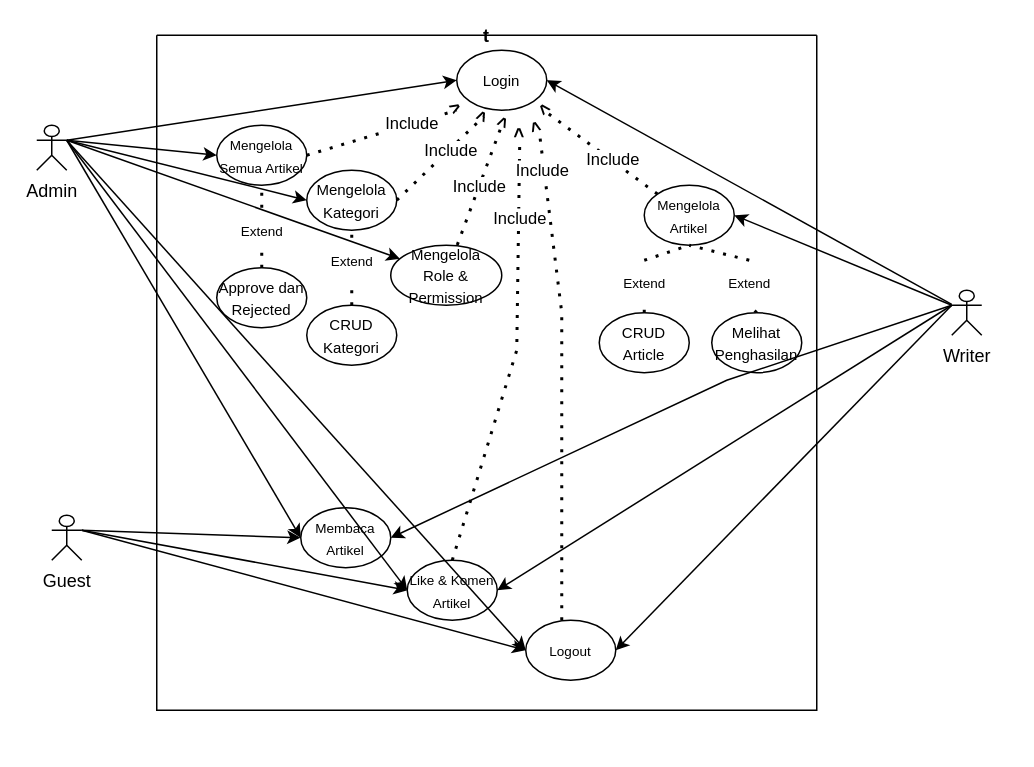
The draw.io diagram use case.drawio in EnjoyUrLife69/ARTICLE, before the edit. Source tidied: cells renumbered, new cells numbered last; positions are measured from the earlier drawing's top-left corner, leaving out a move shared by most shapes. Both pictures are drawn from the tidied source at 150%, with x=0, y=0 at pixel (36, 34).
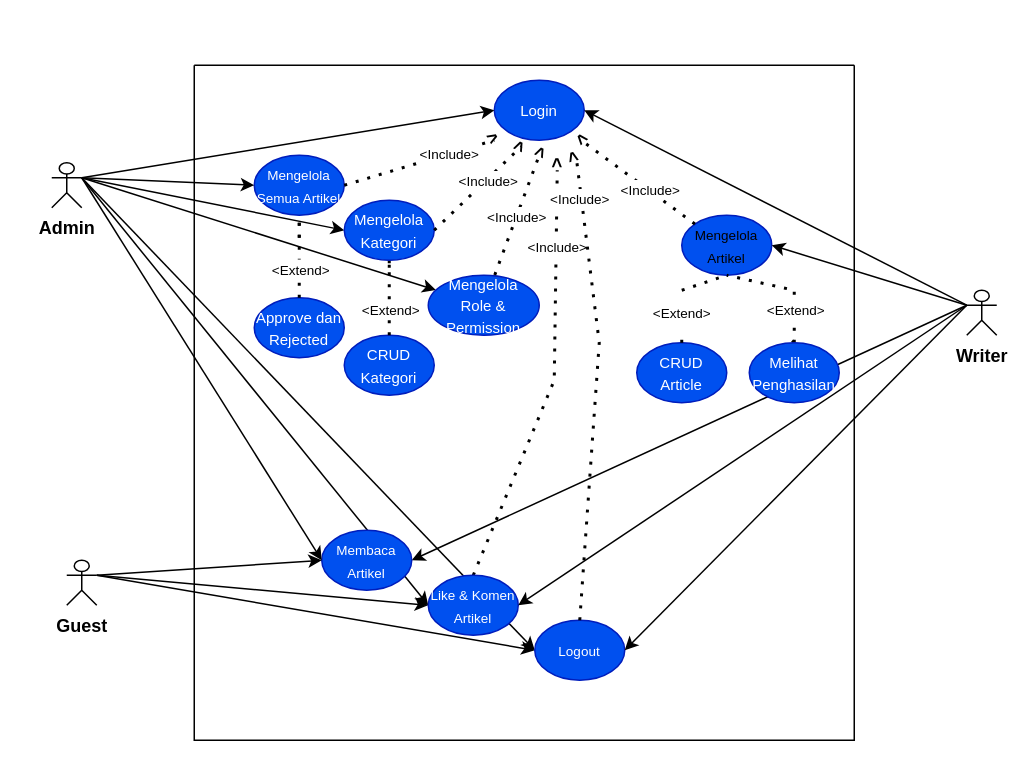
After the change.

Unchanged cells that the change refers to:
```xml
<mxCell id="24" style="endArrow=none;dashed=1;html=1;dashPattern=1 3;strokeWidth=2;rounded=0;exitX=1;exitY=0.5;exitDx=0;exitDy=0;" parent="5" edge="1" source="7">
  <mxGeometry relative="1" as="geometry">
    <mxPoint x="200" y="50" as="targetPoint" />
  </mxGeometry>
</mxCell>
<mxCell id="29" style="endArrow=none;dashed=1;html=1;dashPattern=1 3;strokeWidth=2;rounded=0;exitX=1;exitY=0.5;exitDx=0;exitDy=0;entryX=0.3;entryY=0.96;entryDx=0;entryDy=0;entryPerimeter=0;" parent="5" edge="1" source="26">
  <mxGeometry relative="1" as="geometry">
    <mxPoint x="218" y="54.2" as="targetPoint" />
  </mxGeometry>
</mxCell>
<mxCell id="31" style="endArrow=none;dashed=1;html=1;dashPattern=1 3;strokeWidth=2;rounded=0;entryX=0.5;entryY=1;entryDx=0;entryDy=0;exitX=0.599;exitY=-0.005;exitDx=0;exitDy=0;exitPerimeter=0;" parent="5" edge="1" source="6">
  <mxGeometry relative="1" as="geometry">
    <mxPoint x="230" y="60" as="targetPoint" />
  </mxGeometry>
</mxCell>
<mxCell id="33" style="endArrow=none;dashed=1;html=1;dashPattern=1 3;strokeWidth=2;rounded=0;exitX=0;exitY=0;exitDx=0;exitDy=0;entryX=0.743;entryY=0.98;entryDx=0;entryDy=0;entryPerimeter=0;" parent="5" edge="1" source="10">
  <mxGeometry relative="1" as="geometry">
    <mxPoint x="258" y="50" as="targetPoint" />
  </mxGeometry>
</mxCell>
<mxCell id="39" style="endArrow=none;dashed=1;html=1;dashPattern=1 3;strokeWidth=2;rounded=0;exitX=0.5;exitY=0;exitDx=0;exitDy=0;" parent="5" edge="1" source="46">
  <mxGeometry relative="1" as="geometry">
    <mxPoint x="242" y="70" as="targetPoint" />
    <Array as="points">
      <mxPoint x="240" y="210" />
    </Array>
  </mxGeometry>
</mxCell>
```

The edit, as a diff of the source:
```diff
@@
+    <mxCell id="3" style="endArrow=classic;html=1;rounded=0;entryX=0;entryY=0.5;entryDx=0;entryDy=0;exitX=1;exitY=0.3333333333333333;exitDx=0;exitDy=0;exitPerimeter=0;" parent="1" edge="1" source="4" target="26">
+      <mxGeometry relative="1" as="geometry" />
+    </mxCell>
+    <mxCell id="53" style="endArrow=classic;html=1;rounded=0;exitX=0;exitY=0.3333333333333333;exitDx=0;exitDy=0;exitPerimeter=0;entryX=1;entryY=0.5;entryDx=0;entryDy=0;" parent="1" edge="1" source="50" target="47">
+      <mxGeometry relative="1" as="geometry" />
+    </mxCell>
+    <mxCell id="57" style="endArrow=classic;html=1;rounded=0;entryX=0;entryY=0.5;entryDx=0;entryDy=0;exitX=1;exitY=0.3333333333333333;exitDx=0;exitDy=0;exitPerimeter=0;" parent="1" edge="1" source="54" target="46">
+      <mxGeometry relative="1" as="geometry" />
+    </mxCell>
+    <mxCell id="61" style="endArrow=classic;html=1;rounded=0;exitX=1;exitY=0.3333333333333333;exitDx=0;exitDy=0;exitPerimeter=0;entryX=0;entryY=0.5;entryDx=0;entryDy=0;" parent="1" edge="1" source="54" target="19">
+      <mxGeometry relative="1" as="geometry" />
+    </mxCell>
+    <mxCell id="62" style="endArrow=classic;html=1;rounded=0;exitX=1;exitY=0.3333333333333333;exitDx=0;exitDy=0;exitPerimeter=0;entryX=0;entryY=0.5;entryDx=0;entryDy=0;" parent="1" edge="1" source="4" target="19">
+      <mxGeometry relative="1" as="geometry" />
+    </mxCell>
+    <mxCell id="58" style="endArrow=classic;html=1;rounded=0;exitX=1;exitY=0.3333333333333333;exitDx=0;exitDy=0;exitPerimeter=0;entryX=0;entryY=0.5;entryDx=0;entryDy=0;" parent="1" edge="1" source="4" target="46">
+      <mxGeometry relative="1" as="geometry" />
+    </mxCell>
@@
-    <mxCell id="3" style="endArrow=classic;html=1;rounded=0;entryX=0;entryY=0.5;entryDx=0;entryDy=0;exitX=1;exitY=0.3333333333333333;exitDx=0;exitDy=0;exitPerimeter=0;" parent="1" edge="1" source="4" target="26">
-      <mxGeometry relative="1" as="geometry" />
-    </mxCell>
-    <mxCell id="4" value="Admin" style="shape=umlActor;verticalLabelPosition=bottom;verticalAlign=top;html=1;outlineConnect=0;" parent="1" vertex="1">
-      <mxGeometry y="60" width="20" height="30" as="geometry" />
+    <mxCell id="4" value="Admin" style="shape=umlActor;verticalLabelPosition=bottom;verticalAlign=top;html=1;outlineConnect=0;fontStyle=1;" parent="1" vertex="1">
+      <mxGeometry x="10" y="85" width="20" height="30" as="geometry" />
     </mxCell>
-    <mxCell id="5" value="t" style="swimlane;startSize=0;" parent="1" vertex="1">
-      <mxGeometry x="80" width="440" height="450" as="geometry" />
+    <mxCell id="5" style="swimlane;startSize=0;fontStyle=1;" parent="1" vertex="1">
+      <mxGeometry x="105" y="20" width="440" height="450" as="geometry" />
     </mxCell>
-    <mxCell id="6" value="&lt;font size=&quot;1&quot;&gt;Mengelola&lt;/font&gt;&lt;div&gt;&lt;font size=&quot;1&quot;&gt;Role &amp;amp; Permission&lt;/font&gt;&lt;/div&gt;" style="ellipse;whiteSpace=wrap;html=1;" parent="5" vertex="1">
+    <mxCell id="6" value="&lt;font size=&quot;1&quot;&gt;Mengelola&lt;/font&gt;&lt;div&gt;&lt;font size=&quot;1&quot;&gt;Role &amp;amp; Permission&lt;/font&gt;&lt;/div&gt;" style="ellipse;whiteSpace=wrap;html=1;fillColor=#0050ef;fontColor=#ffffff;strokeColor=#001DBC;" parent="5" vertex="1">
       <mxGeometry x="156" y="140" width="74" height="40" as="geometry" />
     </mxCell>
-    <mxCell id="7" value="&lt;font style=&quot;font-size: 9px;&quot;&gt;Mengelola&lt;/font&gt;&lt;div&gt;&lt;font style=&quot;font-size: 9px;&quot;&gt;Semua Artikel&lt;/font&gt;&lt;/div&gt;" style="ellipse;whiteSpace=wrap;html=1;" parent="5" vertex="1">
+    <mxCell id="7" value="&lt;font style=&quot;font-size: 9px;&quot;&gt;Mengelola&lt;/font&gt;&lt;div&gt;&lt;font style=&quot;font-size: 9px;&quot;&gt;Semua Artikel&lt;/font&gt;&lt;/div&gt;" style="ellipse;whiteSpace=wrap;html=1;fillColor=#0050ef;fontColor=#ffffff;strokeColor=#001DBC;" parent="5" vertex="1">
       <mxGeometry x="40" y="60" width="60" height="40" as="geometry" />
     </mxCell>
-    <mxCell id="8" value="&lt;font size=&quot;1&quot;&gt;Login&lt;/font&gt;" style="ellipse;whiteSpace=wrap;html=1;" parent="5" vertex="1">
+    <mxCell id="8" value="&lt;font size=&quot;1&quot;&gt;Login&lt;/font&gt;" style="ellipse;whiteSpace=wrap;html=1;fillColor=#0050ef;fontColor=#ffffff;strokeColor=#001DBC;" parent="5" vertex="1">
       <mxGeometry x="200" y="10" width="60" height="40" as="geometry" />
     </mxCell>
-    <mxCell id="9" style="endArrow=none;dashed=1;html=1;dashPattern=1 3;strokeWidth=2;rounded=0;entryX=0.5;entryY=1;entryDx=0;entryDy=0;exitX=0.5;exitY=0;exitDx=0;exitDy=0;" parent="5" edge="1" source="28" target="7">
-      <mxGeometry relative="1" as="geometry" />
+    <mxCell id="9" style="endArrow=none;dashed=1;html=1;dashPattern=1 3;strokeWidth=2;rounded=0;entryX=0.5;entryY=1;entryDx=0;entryDy=0;exitX=0.5;exitY=0;exitDx=0;exitDy=0;" parent="5" edge="1" target="7">
+      <mxGeometry relative="1" as="geometry">
+        <mxPoint x="70" y="115" as="sourcePoint" />
+      </mxGeometry>
     </mxCell>
-    <mxCell id="10" value="&lt;font style=&quot;font-size: 9px;&quot;&gt;Mengelola&lt;/font&gt;&lt;div&gt;&lt;span style=&quot;font-size: 9px; background-color: transparent; color: light-dark(rgb(0, 0, 0), rgb(255, 255, 255));&quot;&gt;Artikel&lt;/span&gt;&lt;/div&gt;" style="ellipse;whiteSpace=wrap;html=1;" parent="5" vertex="1">
+    <mxCell id="10" value="&lt;font style=&quot;font-size: 9px; color: light-dark(rgb(0, 0, 0), rgb(255, 255, 255));&quot;&gt;Mengelola&lt;/font&gt;&lt;div&gt;&lt;span style=&quot;font-size: 9px; background-color: transparent;&quot;&gt;&lt;font style=&quot;color: light-dark(rgb(0, 0, 0), rgb(255, 255, 255));&quot;&gt;Artikel&lt;/font&gt;&lt;/span&gt;&lt;/div&gt;" style="ellipse;whiteSpace=wrap;html=1;fillColor=#0050ef;fontColor=#ffffff;strokeColor=#001DBC;textShadow=0;" parent="5" vertex="1">
       <mxGeometry x="325" y="100" width="60" height="40" as="geometry" />
     </mxCell>
-    <mxCell id="11" value="&lt;font size=&quot;1&quot;&gt;Approve dan Rejected&lt;/font&gt;" style="ellipse;whiteSpace=wrap;html=1;" parent="5" vertex="1">
+    <mxCell id="11" value="&lt;font size=&quot;1&quot;&gt;Approve dan Rejected&lt;/font&gt;" style="ellipse;whiteSpace=wrap;html=1;fillColor=#0050ef;fontColor=#ffffff;strokeColor=#001DBC;" parent="5" vertex="1">
       <mxGeometry x="40" y="155" width="60" height="40" as="geometry" />
     </mxCell>
-    <mxCell id="12" value="&lt;font size=&quot;1&quot;&gt;CRUD&lt;/font&gt;&lt;div&gt;&lt;font size=&quot;1&quot;&gt;Article&lt;/font&gt;&lt;/div&gt;" style="ellipse;whiteSpace=wrap;html=1;" parent="5" vertex="1">
+    <mxCell id="12" value="&lt;font size=&quot;1&quot;&gt;CRUD&lt;/font&gt;&lt;div&gt;&lt;font size=&quot;1&quot;&gt;Article&lt;/font&gt;&lt;/div&gt;" style="ellipse;whiteSpace=wrap;html=1;fillColor=#0050ef;fontColor=#ffffff;strokeColor=#001DBC;" parent="5" vertex="1">
       <mxGeometry x="295" y="185" width="60" height="40" as="geometry" />
     </mxCell>
@@
-    <mxCell id="15" value="&lt;font style=&quot;font-size: 9px;&quot;&gt;Extend&lt;/font&gt;" style="text;html=1;align=center;verticalAlign=middle;points=[];strokeColor=none;fillColor=none;" parent="5" vertex="1">
-      <mxGeometry x="300" y="150" width="50" height="30" as="geometry" />
+    <mxCell id="15" value="&lt;font style=&quot;font-size: 9px;&quot;&gt;&amp;lt;Extend&amp;gt;&lt;/font&gt;" style="text;html=1;align=center;verticalAlign=middle;points=[];strokeColor=none;fillColor=none;" parent="5" vertex="1">
+      <mxGeometry x="295" y="150" width="60" height="30" as="geometry" />
     </mxCell>
-    <mxCell id="16" style="endArrow=none;dashed=1;html=1;dashPattern=1 3;strokeWidth=2;rounded=0;exitX=0.5;exitY=0;exitDx=0;exitDy=0;entryX=0.5;entryY=1;entryDx=0;entryDy=0;" parent="5" edge="1" source="17" target="10">
-      <mxGeometry relative="1" as="geometry" />
+    <mxCell id="16" style="endArrow=none;dashed=1;html=1;dashPattern=1 3;strokeWidth=2;rounded=0;exitX=0.5;exitY=0;exitDx=0;exitDy=0;entryX=0.5;entryY=1;entryDx=0;entryDy=0;" parent="5" edge="1" source="45" target="10">
+      <mxGeometry relative="1" as="geometry">
+        <Array as="points">
+          <mxPoint x="400" y="150" />
+        </Array>
+      </mxGeometry>
     </mxCell>
-    <mxCell id="17" value="&lt;font style=&quot;font-size: 9px;&quot;&gt;Extend&lt;/font&gt;" style="text;html=1;align=center;verticalAlign=middle;points=[];strokeColor=none;fillColor=none;" parent="5" vertex="1">
-      <mxGeometry x="370" y="150" width="50" height="30" as="geometry" />
-    </mxCell>
+    <mxCell id="63" value="&lt;font style=&quot;font-size: 9px;&quot;&gt;&amp;lt;Extend&amp;gt;&lt;/font&gt;" style="edgeLabel;html=1;align=center;verticalAlign=middle;" parent="16" vertex="1">
+      <mxGeometry x="-0.44" relative="1" as="geometry" />
+    </mxCell>
-    <mxCell id="18" style="endArrow=none;dashed=1;html=1;dashPattern=1 3;strokeWidth=2;rounded=0;exitX=0.5;exitY=0;exitDx=0;exitDy=0;entryX=0.5;entryY=1;entryDx=0;entryDy=0;" parent="5" edge="1" source="45" target="17">
-      <mxGeometry relative="1" as="geometry" />
+    <mxCell id="18" style="endArrow=none;dashed=1;html=1;dashPattern=1 3;strokeWidth=2;rounded=0;exitX=0.5;exitY=0;exitDx=0;exitDy=0;entryX=0.5;entryY=1;entryDx=0;entryDy=0;" parent="5" edge="1" source="45">
+      <mxGeometry relative="1" as="geometry">
+        <mxPoint x="395" y="180" as="targetPoint" />
+      </mxGeometry>
     </mxCell>
-    <mxCell id="19" value="&lt;font style=&quot;font-size: 9px;&quot;&gt;Logout&lt;/font&gt;" style="ellipse;whiteSpace=wrap;html=1;" parent="5" vertex="1">
-      <mxGeometry x="246" y="390" width="60" height="40" as="geometry" />
+    <mxCell id="19" value="&lt;font style=&quot;font-size: 9px;&quot;&gt;Logout&lt;/font&gt;" style="ellipse;whiteSpace=wrap;html=1;fillColor=#0050ef;fontColor=#ffffff;strokeColor=#001DBC;" parent="5" vertex="1">
+      <mxGeometry x="227" y="370" width="60" height="40" as="geometry" />
     </mxCell>
-    <mxCell id="20" value="&lt;font size=&quot;1&quot;&gt;CRUD&lt;/font&gt;&lt;div&gt;&lt;font size=&quot;1&quot;&gt;Kategori&lt;/font&gt;&lt;/div&gt;" style="ellipse;whiteSpace=wrap;html=1;" parent="5" vertex="1">
+    <mxCell id="20" value="&lt;font size=&quot;1&quot;&gt;CRUD&lt;/font&gt;&lt;div&gt;&lt;font size=&quot;1&quot;&gt;Kategori&lt;/font&gt;&lt;/div&gt;" style="ellipse;whiteSpace=wrap;html=1;fillColor=#0050ef;fontColor=#ffffff;strokeColor=#001DBC;" parent="5" vertex="1">
       <mxGeometry x="100" y="180" width="60" height="40" as="geometry" />
     </mxCell>
-    <mxCell id="21" style="endArrow=none;dashed=1;html=1;dashPattern=1 3;strokeWidth=2;rounded=0;exitX=0.5;exitY=0;exitDx=0;exitDy=0;entryX=0.5;entryY=1;entryDx=0;entryDy=0;" parent="5" edge="1" source="22" target="26">
-      <mxGeometry relative="1" as="geometry" />
+    <mxCell id="21" style="endArrow=none;dashed=1;html=1;dashPattern=1 3;strokeWidth=2;rounded=0;exitX=0.5;exitY=0;exitDx=0;exitDy=0;entryX=0.5;entryY=1;entryDx=0;entryDy=0;" parent="5" edge="1" target="26">
+      <mxGeometry relative="1" as="geometry">
+        <mxPoint x="130" y="135" as="sourcePoint" />
+      </mxGeometry>
     </mxCell>
-    <mxCell id="22" value="&lt;font style=&quot;font-size: 9px;&quot;&gt;Extend&lt;/font&gt;" style="text;html=1;align=center;verticalAlign=middle;points=[];strokeColor=none;fillColor=none;" parent="5" vertex="1">
-      <mxGeometry x="105" y="135" width="50" height="30" as="geometry" />
-    </mxCell>
-    <mxCell id="23" style="endArrow=none;dashed=1;html=1;dashPattern=1 3;strokeWidth=2;rounded=0;exitX=0.5;exitY=0;exitDx=0;exitDy=0;entryX=0.5;entryY=1;entryDx=0;entryDy=0;" parent="5" edge="1" source="20" target="22">
+    <mxCell id="23" style="endArrow=none;dashed=1;html=1;dashPattern=1 3;strokeWidth=2;rounded=0;exitX=0.5;exitY=0;exitDx=0;exitDy=0;entryX=0.5;entryY=1;entryDx=0;entryDy=0;" parent="5" edge="1" source="20" target="26">
       <mxGeometry relative="1" as="geometry" />
     </mxCell>
+    <mxCell id="64" value="&lt;span style=&quot;font-size: 9px;&quot;&gt;&amp;lt;Extend&amp;gt;&lt;/span&gt;" style="edgeLabel;html=1;align=center;verticalAlign=middle;" parent="23" vertex="1">
+      <mxGeometry x="-0.28" relative="1" as="geometry" />
+    </mxCell>
@@
-    <mxCell id="25" value="Include" style="edgeLabel;html=1;align=center;verticalAlign=middle;" parent="24" vertex="1">
+    <mxCell id="25" value="&lt;font style=&quot;font-size: 9px;&quot;&gt;&amp;lt;Include&amp;gt;&lt;/font&gt;" style="edgeLabel;html=1;align=center;verticalAlign=middle;" parent="24" vertex="1">
       <mxGeometry x="0.39" y="1" relative="1" as="geometry" />
     </mxCell>
-    <mxCell id="26" value="&lt;font size=&quot;1&quot;&gt;Mengelola&lt;/font&gt;&lt;div&gt;&lt;font size=&quot;1&quot;&gt;Kategori&lt;/font&gt;&lt;/div&gt;" style="ellipse;whiteSpace=wrap;html=1;" parent="5" vertex="1">
+    <mxCell id="26" value="&lt;font size=&quot;1&quot;&gt;Mengelola&lt;/font&gt;&lt;div&gt;&lt;font size=&quot;1&quot;&gt;Kategori&lt;/font&gt;&lt;/div&gt;" style="ellipse;whiteSpace=wrap;html=1;fillColor=#0050ef;fontColor=#ffffff;strokeColor=#001DBC;" parent="5" vertex="1">
       <mxGeometry x="100" y="90" width="60" height="40" as="geometry" />
     </mxCell>
-    <mxCell id="27" style="endArrow=none;dashed=1;html=1;dashPattern=1 3;strokeWidth=2;rounded=0;entryX=0.5;entryY=1;entryDx=0;entryDy=0;exitX=0.5;exitY=0;exitDx=0;exitDy=0;" parent="5" edge="1" source="11" target="28">
+    <mxCell id="27" style="endArrow=none;dashed=1;html=1;dashPattern=1 3;strokeWidth=2;rounded=0;entryX=0.5;entryY=1;entryDx=0;entryDy=0;exitX=0.5;exitY=0;exitDx=0;exitDy=0;" parent="5" edge="1" source="11" target="7">
       <mxGeometry relative="1" as="geometry" />
     </mxCell>
-    <mxCell id="28" value="&lt;font style=&quot;font-size: 9px;&quot;&gt;Extend&lt;/font&gt;" style="text;html=1;align=center;verticalAlign=middle;points=[];strokeColor=none;fillColor=none;" parent="5" vertex="1">
-      <mxGeometry x="45" y="115" width="50" height="30" as="geometry" />
-    </mxCell>
+    <mxCell id="65" value="&lt;span style=&quot;font-size: 9px;&quot;&gt;&amp;lt;Extend&amp;gt;&lt;/span&gt;" style="edgeLabel;html=1;align=center;verticalAlign=middle;" parent="27" vertex="1">
+      <mxGeometry x="-0.29" relative="1" as="geometry" />
+    </mxCell>
@@
-    <mxCell id="30" value="Include" style="edgeLabel;html=1;align=center;verticalAlign=middle;" parent="29" vertex="1">
+    <mxCell id="30" value="&lt;span style=&quot;font-size: 9px;&quot;&gt;&amp;lt;Include&amp;gt;&lt;/span&gt;" style="edgeLabel;html=1;align=center;verticalAlign=middle;" parent="29" vertex="1">
       <mxGeometry x="0.21" relative="1" as="geometry" />
     </mxCell>
@@
-    <mxCell id="32" value="Include" style="edgeLabel;html=1;align=center;verticalAlign=middle;" parent="31" vertex="1">
+    <mxCell id="32" value="&lt;span style=&quot;font-size: 9px;&quot;&gt;&amp;lt;Include&amp;gt;&lt;/span&gt;" style="edgeLabel;html=1;align=center;verticalAlign=middle;" parent="31" vertex="1">
       <mxGeometry x="-0.01" y="-1" relative="1" as="geometry">
         <mxPoint x="-1" as="offset" />
       </mxGeometry>
     </mxCell>
@@
-    <mxCell id="34" value="Include" style="edgeLabel;html=1;align=center;verticalAlign=middle;" parent="33" vertex="1">
+    <mxCell id="34" value="&lt;span style=&quot;font-size: 9px;&quot;&gt;&amp;lt;Include&amp;gt;&lt;/span&gt;" style="edgeLabel;html=1;align=center;verticalAlign=middle;" parent="33" vertex="1">
       <mxGeometry x="-0.2" y="-1" relative="1" as="geometry" />
     </mxCell>
@@
-    <mxCell id="40" value="Include" style="edgeLabel;html=1;align=center;verticalAlign=middle;" parent="39" vertex="1">
+    <mxCell id="40" value="&lt;span style=&quot;font-size: 9px;&quot;&gt;&amp;lt;Include&amp;gt;&lt;/span&gt;" style="edgeLabel;html=1;align=center;verticalAlign=middle;" parent="39" vertex="1">
       <mxGeometry x="0.64" relative="1" as="geometry" />
     </mxCell>
@@
-    <mxCell id="42" style="endArrow=none;dashed=1;html=1;dashPattern=1 3;strokeWidth=2;rounded=0;exitX=0.5;exitY=0;exitDx=0;exitDy=0;" parent="5" edge="1">
+    <mxCell id="42" style="endArrow=none;dashed=1;html=1;dashPattern=1 3;strokeWidth=2;rounded=0;exitX=0.5;exitY=0;exitDx=0;exitDy=0;" parent="5" edge="1" source="19">
       <mxGeometry relative="1" as="geometry">
-        <mxPoint x="270" y="390" as="sourcePoint" />
         <mxPoint x="255" y="64" as="targetPoint" />
         <Array as="points">
           <mxPoint x="270" y="185" />
         </Array>
       </mxGeometry>
     </mxCell>
-    <mxCell id="43" value="Include" style="edgeLabel;html=1;align=center;verticalAlign=middle;" parent="42" vertex="1">
+    <mxCell id="43" value="&lt;span style=&quot;font-size: 9px;&quot;&gt;&amp;lt;Include&amp;gt;&lt;/span&gt;" style="edgeLabel;html=1;align=center;verticalAlign=middle;" parent="42" vertex="1">
       <mxGeometry x="0.84" y="2" relative="1" as="geometry" />
     </mxCell>
@@
-    <mxCell id="45" value="&lt;font size=&quot;1&quot;&gt;Melihat&lt;/font&gt;&lt;div&gt;&lt;font size=&quot;1&quot;&gt;Penghasilan&lt;/font&gt;&lt;/div&gt;" style="ellipse;whiteSpace=wrap;html=1;" parent="5" vertex="1">
+    <mxCell id="45" value="&lt;font size=&quot;1&quot;&gt;Melihat&lt;/font&gt;&lt;div&gt;&lt;font size=&quot;1&quot;&gt;Penghasilan&lt;/font&gt;&lt;/div&gt;" style="ellipse;whiteSpace=wrap;html=1;fillColor=#0050ef;fontColor=#ffffff;strokeColor=#001DBC;" parent="5" vertex="1">
       <mxGeometry x="370" y="185" width="60" height="40" as="geometry" />
     </mxCell>
+    <mxCell id="47" value="&lt;font style=&quot;font-size: 9px;&quot;&gt;Membaca&lt;/font&gt;&lt;div&gt;&lt;font style=&quot;font-size: 9px;&quot;&gt;Artikel&lt;/font&gt;&lt;/div&gt;" style="ellipse;whiteSpace=wrap;html=1;fillColor=#0050ef;fontColor=#ffffff;strokeColor=#001DBC;" parent="5" vertex="1">
+      <mxGeometry x="85" y="310" width="60" height="40" as="geometry" />
+    </mxCell>
-    <mxCell id="46" value="&lt;font style=&quot;font-size: 9px;&quot;&gt;Like &amp;amp; Komen Artikel&lt;/font&gt;" style="ellipse;whiteSpace=wrap;html=1;" parent="5" vertex="1">
-      <mxGeometry x="167" y="350" width="60" height="40" as="geometry" />
+    <mxCell id="46" value="&lt;font style=&quot;font-size: 9px;&quot;&gt;Like &amp;amp; Komen Artikel&lt;/font&gt;" style="ellipse;whiteSpace=wrap;html=1;fillColor=#0050ef;fontColor=#ffffff;strokeColor=#001DBC;" parent="5" vertex="1">
+      <mxGeometry x="156" y="340" width="60" height="40" as="geometry" />
     </mxCell>
-    <mxCell id="47" value="&lt;font style=&quot;font-size: 9px;&quot;&gt;Membaca&lt;/font&gt;&lt;div&gt;&lt;font style=&quot;font-size: 9px;&quot;&gt;Artikel&lt;/font&gt;&lt;/div&gt;" style="ellipse;whiteSpace=wrap;html=1;" parent="5" vertex="1">
-      <mxGeometry x="96" y="315" width="60" height="40" as="geometry" />
-    </mxCell>
@@
-    <mxCell id="50" value="Writer" style="shape=umlActor;verticalLabelPosition=bottom;verticalAlign=top;html=1;outlineConnect=0;" parent="1" vertex="1">
-      <mxGeometry x="610" y="170" width="20" height="30" as="geometry" />
+    <mxCell id="50" value="Writer" style="shape=umlActor;verticalLabelPosition=bottom;verticalAlign=top;html=1;outlineConnect=0;fontStyle=1;" parent="1" vertex="1">
+      <mxGeometry x="620" y="170" width="20" height="30" as="geometry" />
     </mxCell>
@@
-    <mxCell id="53" style="endArrow=classic;html=1;rounded=0;exitX=0;exitY=0.3333333333333333;exitDx=0;exitDy=0;exitPerimeter=0;entryX=1;entryY=0.5;entryDx=0;entryDy=0;" parent="1" edge="1" source="50" target="47">
-      <mxGeometry relative="1" as="geometry">
-        <Array as="points">
-          <mxPoint x="460" y="230" />
-        </Array>
-      </mxGeometry>
-    </mxCell>
-    <mxCell id="54" value="Guest" style="shape=umlActor;verticalLabelPosition=bottom;verticalAlign=top;html=1;outlineConnect=0;" parent="1" vertex="1">
-      <mxGeometry x="10" y="320" width="20" height="30" as="geometry" />
+    <mxCell id="54" value="Guest" style="shape=umlActor;verticalLabelPosition=bottom;verticalAlign=top;html=1;outlineConnect=0;fontStyle=1;" parent="1" vertex="1">
+      <mxGeometry x="20" y="350" width="20" height="30" as="geometry" />
     </mxCell>
@@
-    <mxCell id="57" style="endArrow=classic;html=1;rounded=0;entryX=0;entryY=0.5;entryDx=0;entryDy=0;exitX=1;exitY=0.3333333333333333;exitDx=0;exitDy=0;exitPerimeter=0;" parent="1" edge="1" source="54" target="46">
-      <mxGeometry relative="1" as="geometry" />
-    </mxCell>
-    <mxCell id="58" style="endArrow=classic;html=1;rounded=0;exitX=1;exitY=0.3333333333333333;exitDx=0;exitDy=0;exitPerimeter=0;entryX=0;entryY=0.5;entryDx=0;entryDy=0;" parent="1" edge="1" source="4" target="46">
-      <mxGeometry relative="1" as="geometry" />
-    </mxCell>
@@
-    <mxCell id="61" style="endArrow=classic;html=1;rounded=0;exitX=1;exitY=0.3333333333333333;exitDx=0;exitDy=0;exitPerimeter=0;entryX=0;entryY=0.5;entryDx=0;entryDy=0;" parent="1" edge="1" source="54" target="19">
-      <mxGeometry relative="1" as="geometry" />
-    </mxCell>
-    <mxCell id="62" style="endArrow=classic;html=1;rounded=0;exitX=1;exitY=0.3333333333333333;exitDx=0;exitDy=0;exitPerimeter=0;entryX=0;entryY=0.5;entryDx=0;entryDy=0;" parent="1" edge="1" source="4" target="19">
-      <mxGeometry relative="1" as="geometry" />
-    </mxCell>
```
